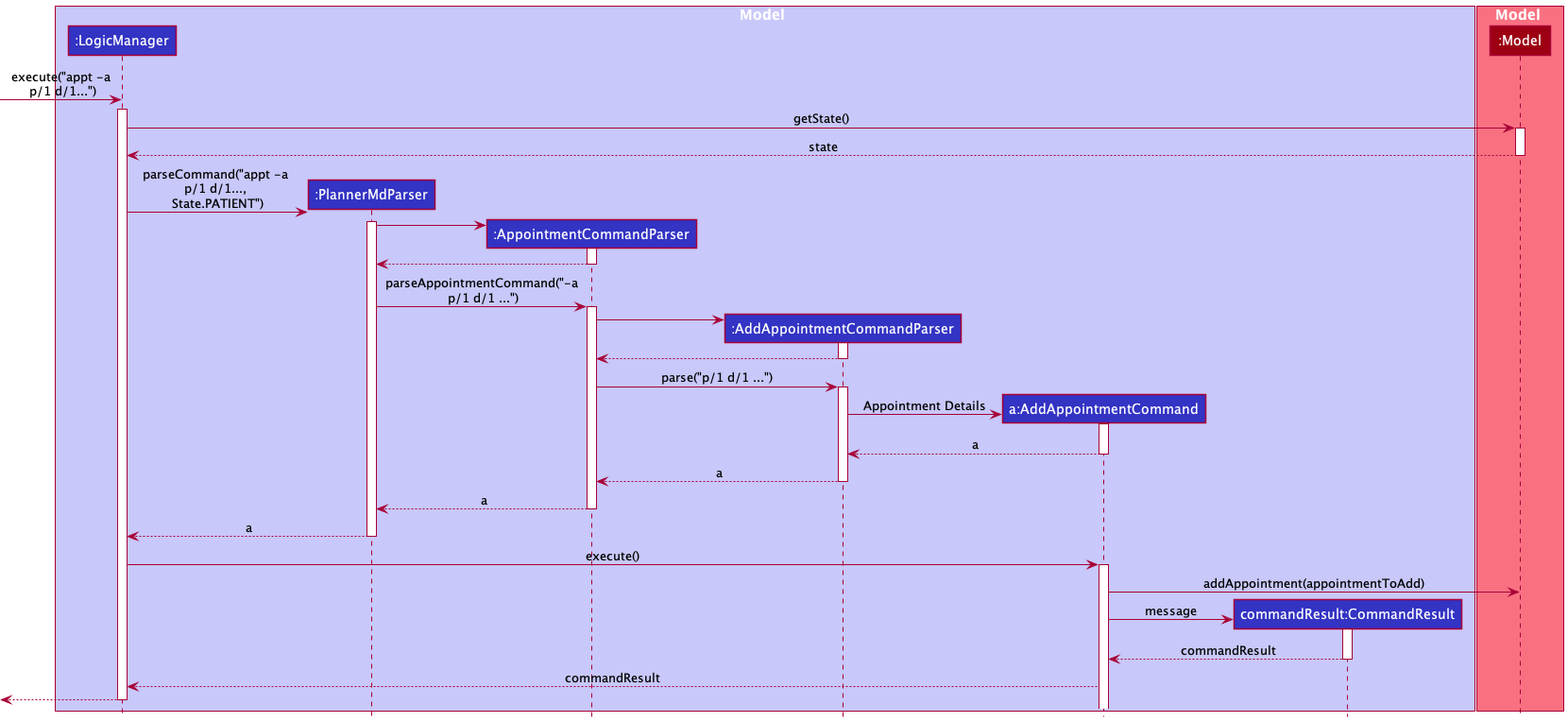
Earlier version of the PlantUML export docs/images/AddAppointmentSequenceDiagram.png (nus-cs2103-AY2122S1/tp). The source it was exported from:
```plantuml
@startuml
!include style.puml

box Model LOGIC_COLOR_T1
participant ":LogicManager" as LogicManager LOGIC_COLOR
participant ":PlannerMdParser" as PlannerMdParser LOGIC_COLOR
participant ":AppointmentCommandParser" as AppointmentCommandParser LOGIC_COLOR
participant ":AddAppointmentCommandParser" as AddAppointmentCommandParser LOGIC_COLOR
participant "a:AddAppointmentCommand" as AddAppointmentCommand LOGIC_COLOR
participant "commandResult:CommandResult" as CommandResult LOGIC_COLOR
end box
box Model MODEL_COLOR_T1
participant ":Model" as Model MODEL_COLOR
end box

create LogicManager
[-> LogicManager : execute("appt -a\n p/1 d/1...")
activate LogicManager

LogicManager -> Model : getState()
activate Model

Model --> LogicManager : state
deactivate Model

create PlannerMdParser
LogicManager -> PlannerMdParser : parseCommand("appt -a \np/1 d/1..., \nState.PATIENT")
activate PlannerMdParser

create AppointmentCommandParser
PlannerMdParser -> AppointmentCommandParser
activate AppointmentCommandParser

AppointmentCommandParser --> PlannerMdParser
deactivate AppointmentCommandParser

PlannerMdParser -> AppointmentCommandParser : parseAppointmentCommand("-a\n p/1 d/1 ...")
activate AppointmentCommandParser

create AddAppointmentCommandParser
AppointmentCommandParser -> AddAppointmentCommandParser
activate AddAppointmentCommandParser

AddAppointmentCommandParser --> AppointmentCommandParser
deactivate AddAppointmentCommandParser

AppointmentCommandParser -> AddAppointmentCommandParser : parse("p/1 d/1 ...")
activate AddAppointmentCommandParser

create AddAppointmentCommand
AddAppointmentCommandParser -> AddAppointmentCommand : Appointment Details
activate AddAppointmentCommand


AddAppointmentCommandParser<--AddAppointmentCommand : a
deactivate AddAppointmentCommand

AppointmentCommandParser <--AddAppointmentCommandParser : a
deactivate AddAppointmentCommandParser

PlannerMdParser <--AppointmentCommandParser : a
deactivate AppointmentCommandParser

LogicManager <--PlannerMdParser : a
deactivate PlannerMdParser

LogicManager -> AddAppointmentCommand : execute()
activate AddAppointmentCommand

AddAppointmentCommand -> Model : addAppointment(appointmentToAdd)

create CommandResult
AddAppointmentCommand -> CommandResult : message
activate CommandResult
CommandResult --> AddAppointmentCommand : commandResult
deactivate CommandResult

AddAppointmentCommand --> LogicManager : commandResult

[<--LogicManager
deactivate LogicManager

@enduml
```
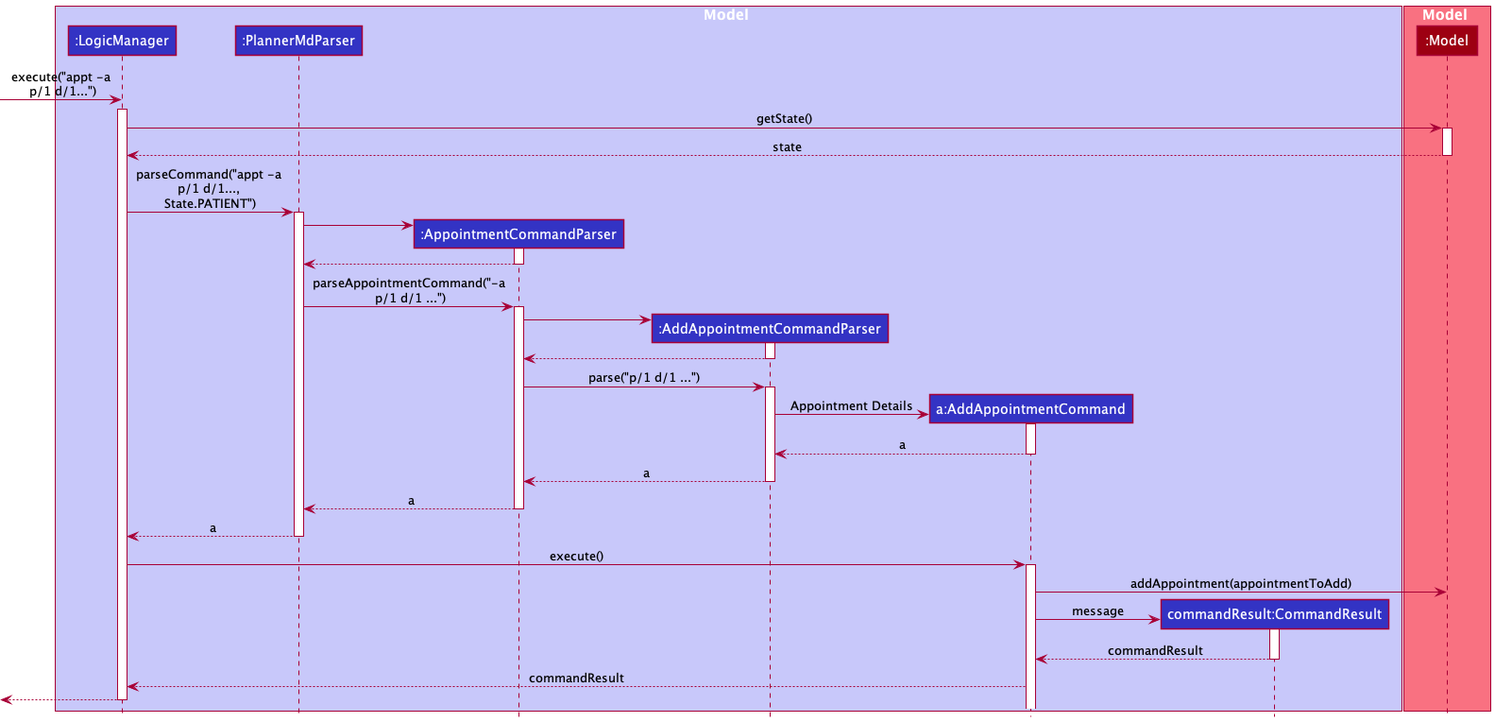
After the change.

Commit message:
fix add appointment seq diagram

What changed in the source:
```diff
@@ -23,7 +23,6 @@
 Model --> LogicManager : state
 deactivate Model
 
-create PlannerMdParser
 LogicManager -> PlannerMdParser : parseCommand("appt -a \np/1 d/1..., \nState.PATIENT")
 activate PlannerMdParser
 
```
